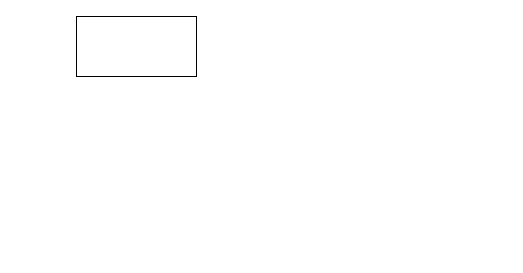
Earlier version of the draw.io diagram Диаграмма без названия.drawio (Alexandr4511/my-project). Source tidied: cells renumbered, new cells numbered last; positions are measured from the earlier drawing's top-left corner, leaving out a move shared by most shapes. Both pictures are drawn from the tidied source at 100%, with x=0, y=0 at pixel (76, 16).
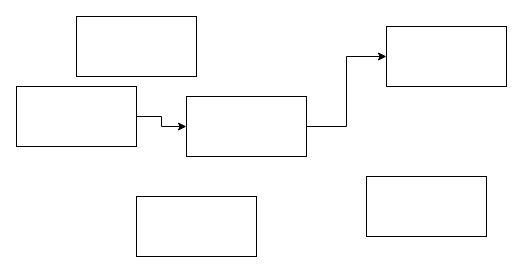
The same diagram, later.

What changed in the source:
```diff
@@
 <mxGraphModel>
   <root>
     <mxCell id="0" />
     <mxCell id="1" parent="0" />
     <mxCell id="2" style="rounded=0;whiteSpace=wrap;html=1;" parent="1" vertex="1">
       <mxGeometry width="120" height="60" as="geometry" />
     </mxCell>
+    <mxCell id="3" style="edgeStyle=orthogonalEdgeStyle;rounded=0;jettySize=auto;html=1;" parent="1" edge="1" source="4" target="6">
+      <mxGeometry relative="1" as="geometry" />
+    </mxCell>
+    <mxCell id="4" style="rounded=0;whiteSpace=wrap;html=1;" parent="1" vertex="1">
+      <mxGeometry x="-60" y="70" width="120" height="60" as="geometry" />
+    </mxCell>
+    <mxCell id="5" style="edgeStyle=orthogonalEdgeStyle;rounded=0;jettySize=auto;html=1;entryX=0;entryY=0.5;entryDx=0;entryDy=0;" parent="1" edge="1" source="6" target="9">
+      <mxGeometry relative="1" as="geometry" />
+    </mxCell>
+    <mxCell id="6" style="rounded=0;whiteSpace=wrap;html=1;" parent="1" vertex="1">
+      <mxGeometry x="110" y="80" width="120" height="60" as="geometry" />
+    </mxCell>
+    <mxCell id="7" style="rounded=0;whiteSpace=wrap;html=1;" parent="1" vertex="1">
+      <mxGeometry x="60" y="180" width="120" height="60" as="geometry" />
+    </mxCell>
+    <mxCell id="8" style="rounded=0;whiteSpace=wrap;html=1;" parent="1" vertex="1">
+      <mxGeometry x="290" y="160" width="120" height="60" as="geometry" />
+    </mxCell>
+    <mxCell id="9" style="rounded=0;whiteSpace=wrap;html=1;" parent="1" vertex="1">
+      <mxGeometry x="310" y="10" width="120" height="60" as="geometry" />
+    </mxCell>
   </root>
 </mxGraphModel>
```
